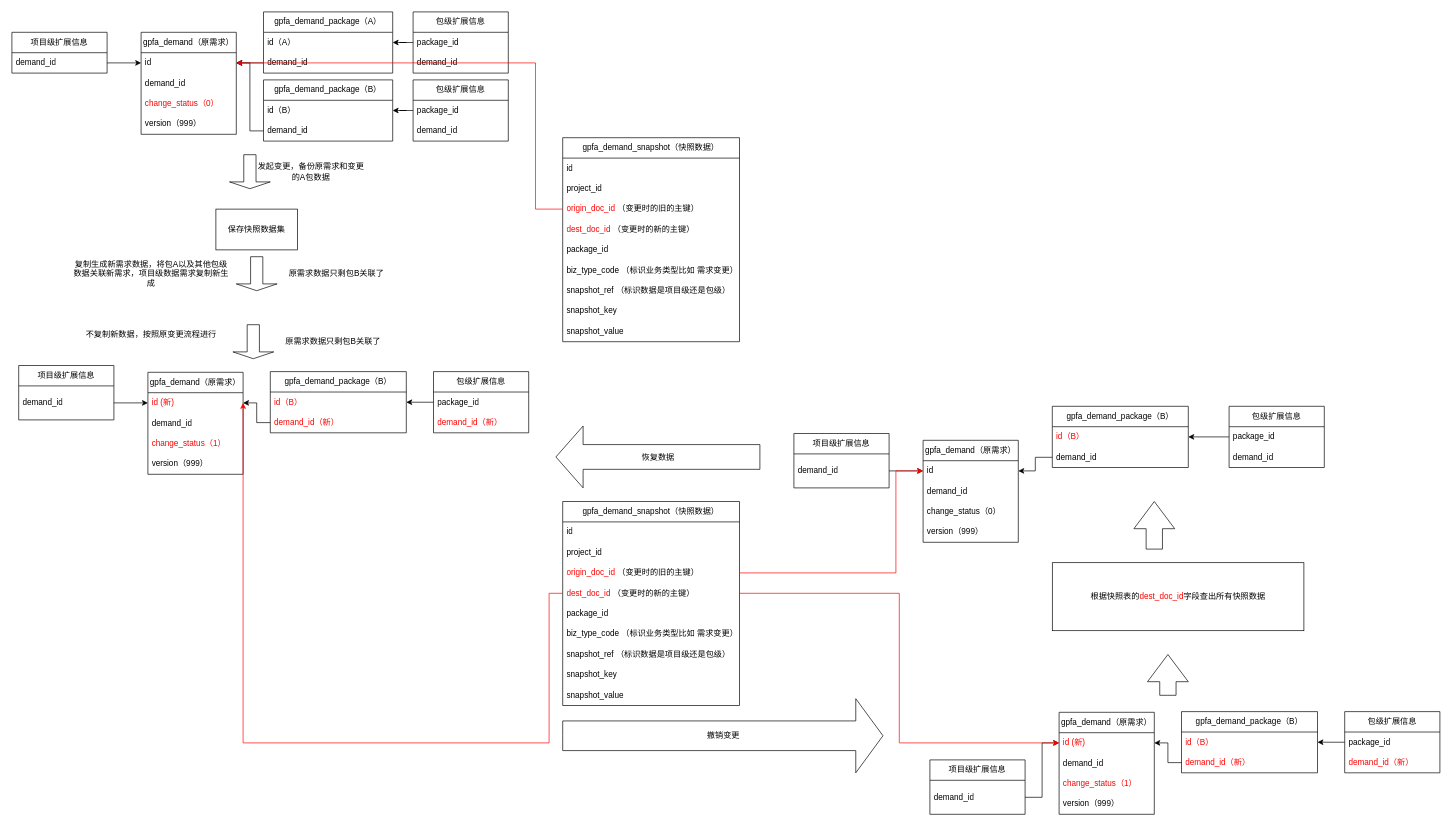
The draw.io diagram open_modify_not_package.drawio in dernight1/draw.io, before the edit. Source tidied: cells renumbered, new cells numbered last; positions are measured from the earlier drawing's top-left corner, leaving out a move shared by most shapes. Both pictures are drawn from the tidied source at 68%, with x=0, y=0 at pixel (12, 12).
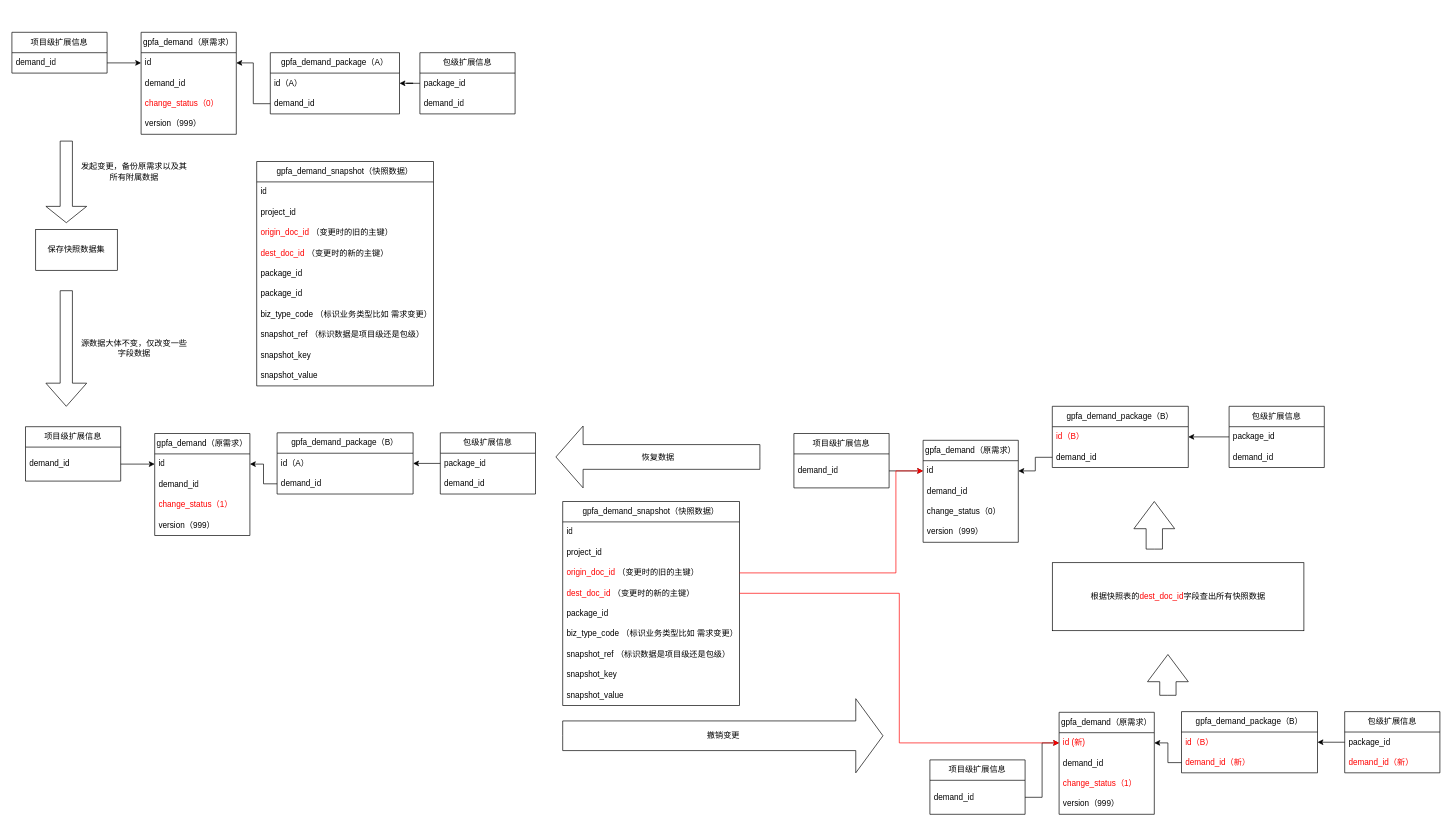
Above is the later version.

Unchanged cells that the change refers to:
```xml
<mxCell id="3" value="id" style="text;strokeColor=none;fillColor=none;align=left;verticalAlign=middle;spacingLeft=4;spacingRight=4;overflow=hidden;points=[[0,0.5],[1,0.5]];portConstraint=eastwest;whiteSpace=wrap;html=1;" parent="2" vertex="1">
  <mxGeometry y="30" width="140" height="30" as="geometry" />
</mxCell>
<mxCell id="53" value="&lt;font color=&quot;#ff0000&quot;&gt;origin_doc_id&lt;/font&gt; （变更时的旧的主键）" style="text;strokeColor=none;fillColor=none;align=left;verticalAlign=middle;spacingLeft=4;spacingRight=4;overflow=hidden;points=[[0,0.5],[1,0.5]];portConstraint=eastwest;whiteSpace=wrap;html=1;" parent="50" vertex="1">
  <mxGeometry y="90" width="260" height="30" as="geometry" />
</mxCell>
<mxCell id="66" value="&lt;font color=&quot;#ff0000&quot;&gt;dest_doc_id&lt;/font&gt; （变更时的新的主键）" style="text;strokeColor=none;fillColor=none;align=left;verticalAlign=middle;spacingLeft=4;spacingRight=4;overflow=hidden;points=[[0,0.5],[1,0.5]];portConstraint=eastwest;whiteSpace=wrap;html=1;" parent="62" vertex="1">
  <mxGeometry y="120" width="260" height="30" as="geometry" />
</mxCell>
```

What changed in the source:
```diff
@@
     <mxCell id="7" value="gpfa_demand_package（A）" style="swimlane;fontStyle=0;horizontal=1;startSize=30;whiteSpace=wrap;html=1;" parent="1" vertex="1">
-      <mxGeometry x="370" width="190" height="90" as="geometry" />
+      <mxGeometry x="380" y="60" width="190" height="90" as="geometry" />
     </mxCell>
@@
     <mxCell id="10" value="包级扩展信息" style="swimlane;fontStyle=0;horizontal=1;startSize=30;whiteSpace=wrap;html=1;" parent="1" vertex="1">
-      <mxGeometry x="590" width="140" height="90" as="geometry" />
+      <mxGeometry x="600" y="60" width="140" height="90" as="geometry" />
     </mxCell>
@@
-    <mxCell id="18" value="gpfa_demand_package（B）" style="swimlane;fontStyle=0;horizontal=1;startSize=30;whiteSpace=wrap;html=1;" parent="1" vertex="1">
-      <mxGeometry x="370" y="100" width="190" height="90" as="geometry" />
-    </mxCell>
-    <mxCell id="19" value="id（B）" style="text;strokeColor=none;fillColor=none;align=left;verticalAlign=middle;spacingLeft=4;spacingRight=4;overflow=hidden;points=[[0,0.5],[1,0.5]];portConstraint=eastwest;whiteSpace=wrap;html=1;" parent="18" vertex="1">
-      <mxGeometry y="30" width="190" height="30" as="geometry" />
-    </mxCell>
-    <mxCell id="20" value="&lt;div&gt;demand_id&lt;/div&gt;" style="text;strokeColor=none;fillColor=none;align=left;verticalAlign=middle;spacingLeft=4;spacingRight=4;overflow=hidden;points=[[0,0.5],[1,0.5]];portConstraint=eastwest;whiteSpace=wrap;html=1;" parent="18" vertex="1">
-      <mxGeometry y="60" width="190" height="30" as="geometry" />
-    </mxCell>
-    <mxCell id="21" value="包级扩展信息" style="swimlane;fontStyle=0;horizontal=1;startSize=30;whiteSpace=wrap;html=1;" parent="1" vertex="1">
-      <mxGeometry x="590" y="100" width="140" height="90" as="geometry" />
-    </mxCell>
-    <mxCell id="22" value="package_id" style="text;strokeColor=none;fillColor=none;align=left;verticalAlign=middle;spacingLeft=4;spacingRight=4;overflow=hidden;points=[[0,0.5],[1,0.5]];portConstraint=eastwest;whiteSpace=wrap;html=1;" parent="21" vertex="1">
-      <mxGeometry y="30" width="140" height="30" as="geometry" />
-    </mxCell>
-    <mxCell id="23" value="&lt;div&gt;demand_id&lt;/div&gt;" style="text;strokeColor=none;fillColor=none;align=left;verticalAlign=middle;spacingLeft=4;spacingRight=4;overflow=hidden;whiteSpace=wrap;html=1;" parent="21" vertex="1">
-      <mxGeometry y="60" width="140" height="30" as="geometry" />
-    </mxCell>
-    <mxCell id="24" style="edgeStyle=orthogonalEdgeStyle;rounded=0;jettySize=auto;html=1;" parent="1" edge="1" source="22" target="19">
-      <mxGeometry relative="1" as="geometry" />
-    </mxCell>
-    <mxCell id="25" style="edgeStyle=orthogonalEdgeStyle;rounded=0;jettySize=auto;html=1;entryX=1;entryY=0.5;entryDx=0;entryDy=0;" parent="1" edge="1" source="20" target="3">
-      <mxGeometry relative="1" as="geometry" />
-    </mxCell>
     <mxCell id="26" style="shape=singleArrow;direction=south;whiteSpace=wrap;html=1;" parent="1" vertex="1">
-      <mxGeometry x="320" y="210" width="60" height="50" as="geometry" />
+      <mxGeometry x="50" y="190" width="60" height="120" as="geometry" />
     </mxCell>
-    <mxCell id="27" style="shape=singleArrow;direction=south;whiteSpace=wrap;html=1;" parent="1" vertex="1">
-      <mxGeometry x="330" y="360" width="60" height="50" as="geometry" />
-    </mxCell>
-    <mxCell id="28" value="发起变更，备份原需求和变更的A包数据" style="text;html=1;align=center;verticalAlign=middle;whiteSpace=wrap;rounded=0;" parent="1" vertex="1">
-      <mxGeometry x="360" y="220" width="160" height="30" as="geometry" />
+    <mxCell id="28" value="发起变更，备份原需求以及其所有附属数据" style="text;html=1;align=center;verticalAlign=middle;whiteSpace=wrap;rounded=0;" parent="1" vertex="1">
+      <mxGeometry x="100" y="220" width="160" height="30" as="geometry" />
     </mxCell>
-    <mxCell id="29" value="复制生成新需求数据，将包A以及其他包级数据关联新需求，项目级数据需求复制新生成" style="text;html=1;align=center;verticalAlign=middle;whiteSpace=wrap;rounded=0;" parent="1" vertex="1">
-      <mxGeometry x="90" y="360" width="230" height="50" as="geometry" />
-    </mxCell>
-    <mxCell id="30" value="原需求数据只剩包B关联了" style="text;html=1;align=center;verticalAlign=middle;whiteSpace=wrap;rounded=0;" parent="1" vertex="1">
-      <mxGeometry x="400" y="360" width="155" height="50" as="geometry" />
-    </mxCell>
     <mxCell id="31" value="gpfa_demand（原需求）" style="swimlane;fontStyle=0;horizontal=1;startSize=30;whiteSpace=wrap;html=1;" parent="1" vertex="1">
-      <mxGeometry x="200" y="530" width="140" height="150" as="geometry" />
+      <mxGeometry x="210" y="620" width="140" height="150" as="geometry" />
     </mxCell>
-    <mxCell id="32" value="&lt;font color=&quot;#ff0000&quot;&gt;id (新)&lt;/font&gt;" style="text;strokeColor=none;fillColor=none;align=left;verticalAlign=middle;spacingLeft=4;spacingRight=4;overflow=hidden;points=[[0,0.5],[1,0.5]];portConstraint=eastwest;whiteSpace=wrap;html=1;" parent="31" vertex="1">
+    <mxCell id="32" value="id" style="text;strokeColor=none;fillColor=none;align=left;verticalAlign=middle;spacingLeft=4;spacingRight=4;overflow=hidden;points=[[0,0.5],[1,0.5]];portConstraint=eastwest;whiteSpace=wrap;html=1;" parent="31" vertex="1">
       <mxGeometry y="30" width="140" height="30" as="geometry" />
     </mxCell>
@@
     <mxCell id="36" value="gpfa_demand_package（B）" style="swimlane;fontStyle=0;horizontal=1;startSize=30;whiteSpace=wrap;html=1;" parent="1" vertex="1">
-      <mxGeometry x="380" y="529" width="200" height="90" as="geometry" />
+      <mxGeometry x="390" y="619" width="200" height="90" as="geometry" />
     </mxCell>
-    <mxCell id="37" value="&lt;font color=&quot;#ff0000&quot;&gt;id（B）&lt;/font&gt;" style="text;strokeColor=none;fillColor=none;align=left;verticalAlign=middle;spacingLeft=4;spacingRight=4;overflow=hidden;points=[[0,0.5],[1,0.5]];portConstraint=eastwest;whiteSpace=wrap;html=1;" parent="36" vertex="1">
+    <mxCell id="37" value="id（A）" style="text;strokeColor=none;fillColor=none;align=left;verticalAlign=middle;spacingLeft=4;spacingRight=4;overflow=hidden;points=[[0,0.5],[1,0.5]];portConstraint=eastwest;whiteSpace=wrap;html=1;" parent="36" vertex="1">
       <mxGeometry y="30" width="200" height="30" as="geometry" />
     </mxCell>
-    <mxCell id="38" value="&lt;div&gt;&lt;font color=&quot;#ff0000&quot;&gt;demand_id（新）&lt;/font&gt;&lt;/div&gt;" style="text;strokeColor=none;fillColor=none;align=left;verticalAlign=middle;spacingLeft=4;spacingRight=4;overflow=hidden;points=[[0,0.5],[1,0.5]];portConstraint=eastwest;whiteSpace=wrap;html=1;" parent="36" vertex="1">
+    <mxCell id="38" value="&lt;div&gt;demand_id&lt;/div&gt;" style="text;strokeColor=none;fillColor=none;align=left;verticalAlign=middle;spacingLeft=4;spacingRight=4;overflow=hidden;points=[[0,0.5],[1,0.5]];portConstraint=eastwest;whiteSpace=wrap;html=1;" parent="36" vertex="1">
       <mxGeometry y="60" width="200" height="30" as="geometry" />
     </mxCell>
     <mxCell id="39" value="包级扩展信息" style="swimlane;fontStyle=0;horizontal=1;startSize=30;whiteSpace=wrap;html=1;" parent="1" vertex="1">
-      <mxGeometry x="620" y="529" width="140" height="90" as="geometry" />
+      <mxGeometry x="630" y="619" width="140" height="90" as="geometry" />
     </mxCell>
@@
-    <mxCell id="41" value="&lt;div&gt;&lt;font color=&quot;#ff0000&quot;&gt;demand_id（新）&lt;/font&gt;&lt;/div&gt;" style="text;strokeColor=none;fillColor=none;align=left;verticalAlign=middle;spacingLeft=4;spacingRight=4;overflow=hidden;whiteSpace=wrap;html=1;" parent="39" vertex="1">
+    <mxCell id="41" value="&lt;div&gt;demand_id&lt;/div&gt;" style="text;strokeColor=none;fillColor=none;align=left;verticalAlign=middle;spacingLeft=4;spacingRight=4;overflow=hidden;whiteSpace=wrap;html=1;" parent="39" vertex="1">
       <mxGeometry y="60" width="140" height="30" as="geometry" />
     </mxCell>
     <mxCell id="42" value="项目级扩展信息" style="swimlane;fontStyle=0;horizontal=1;startSize=30;whiteSpace=wrap;html=1;" parent="1" vertex="1">
-      <mxGeometry x="10" y="520" width="140" height="80" as="geometry" />
+      <mxGeometry x="20" y="610" width="140" height="80" as="geometry" />
     </mxCell>
@@
     <mxCell id="47" style="shape=singleArrow;direction=south;whiteSpace=wrap;html=1;" parent="1" vertex="1">
-      <mxGeometry x="325" y="460" width="60" height="50" as="geometry" />
+      <mxGeometry x="50" y="410" width="60" height="170" as="geometry" />
     </mxCell>
-    <mxCell id="48" value="不复制新数据，按照原变更流程进行" style="text;html=1;align=center;verticalAlign=middle;whiteSpace=wrap;rounded=0;" parent="1" vertex="1">
-      <mxGeometry x="90" y="450" width="230" height="50" as="geometry" />
-    </mxCell>
-    <mxCell id="49" value="原需求数据只剩包B关联了" style="text;html=1;align=center;verticalAlign=middle;whiteSpace=wrap;rounded=0;" parent="1" vertex="1">
-      <mxGeometry x="395" y="460" width="155" height="50" as="geometry" />
-    </mxCell>
     <mxCell id="50" value="gpfa_demand_snapshot（快照数据）" style="swimlane;fontStyle=0;horizontal=1;startSize=30;whiteSpace=wrap;html=1;" parent="1" vertex="1">
-      <mxGeometry x="810" y="185" width="260" height="300" as="geometry" />
+      <mxGeometry x="360" y="220" width="260" height="330" as="geometry" />
     </mxCell>
@@
+    <mxCell id="22" value="package_id" style="text;strokeColor=none;fillColor=none;align=left;verticalAlign=middle;spacingLeft=4;spacingRight=4;overflow=hidden;points=[[0,0.5],[1,0.5]];portConstraint=eastwest;whiteSpace=wrap;html=1;" parent="50" vertex="1">
+      <mxGeometry y="180" width="260" height="30" as="geometry" />
+    </mxCell>
     <mxCell id="56" value="biz_type_code （标识业务类型比如 需求变更）" style="text;strokeColor=none;fillColor=none;align=left;verticalAlign=middle;spacingLeft=4;spacingRight=4;overflow=hidden;whiteSpace=wrap;html=1;" parent="50" vertex="1">
-      <mxGeometry y="180" width="260" height="30" as="geometry" />
+      <mxGeometry y="210" width="260" height="30" as="geometry" />
     </mxCell>
     <mxCell id="57" value="snapshot_ref （标识数据是项目级还是包级）" style="text;strokeColor=none;fillColor=none;align=left;verticalAlign=middle;spacingLeft=4;spacingRight=4;overflow=hidden;whiteSpace=wrap;html=1;" parent="50" vertex="1">
-      <mxGeometry y="210" width="260" height="30" as="geometry" />
+      <mxGeometry y="240" width="260" height="30" as="geometry" />
     </mxCell>
     <mxCell id="58" value="snapshot_key" style="text;strokeColor=none;fillColor=none;align=left;verticalAlign=middle;spacingLeft=4;spacingRight=4;overflow=hidden;whiteSpace=wrap;html=1;" parent="50" vertex="1">
-      <mxGeometry y="240" width="260" height="30" as="geometry" />
+      <mxGeometry y="270" width="260" height="30" as="geometry" />
     </mxCell>
     <mxCell id="59" value="snapshot_value" style="text;strokeColor=none;fillColor=none;align=left;verticalAlign=middle;spacingLeft=4;spacingRight=4;overflow=hidden;whiteSpace=wrap;html=1;" parent="50" vertex="1">
-      <mxGeometry y="270" width="260" height="30" as="geometry" />
+      <mxGeometry y="300" width="260" height="30" as="geometry" />
     </mxCell>
     <mxCell id="60" value="保存快照数据集" style="rounded=0;whiteSpace=wrap;html=1;" parent="1" vertex="1">
-      <mxGeometry x="300" y="290" width="120" height="60" as="geometry" />
+      <mxGeometry x="35" y="320" width="120" height="60" as="geometry" />
     </mxCell>
-    <mxCell id="61" style="edgeStyle=orthogonalEdgeStyle;rounded=0;jettySize=auto;html=1;exitX=0;exitY=0.5;exitDx=0;exitDy=0;entryX=1;entryY=0.5;entryDx=0;entryDy=0;strokeColor=#ff0000;" parent="1" edge="1" source="53" target="3">
-      <mxGeometry relative="1" as="geometry">
-        <Array as="points">
-          <mxPoint x="770" y="290" />
-          <mxPoint x="770" y="75" />
-        </Array>
-      </mxGeometry>
-    </mxCell>
@@
-    <mxCell id="72" style="edgeStyle=orthogonalEdgeStyle;rounded=0;jettySize=auto;html=1;exitX=0;exitY=0.5;exitDx=0;exitDy=0;entryX=1;entryY=0.5;entryDx=0;entryDy=0;strokeColor=#ff0000;" parent="1" edge="1" source="66" target="32">
-      <mxGeometry relative="1" as="geometry">
-        <Array as="points">
-          <mxPoint x="790" y="855" />
-          <mxPoint x="790" y="1075" />
-        </Array>
-      </mxGeometry>
-    </mxCell>
@@
+    <mxCell id="112" value="源数据大体不变，仅改变一些字段数据" style="text;html=1;align=center;verticalAlign=middle;whiteSpace=wrap;rounded=0;" parent="1" vertex="1">
+      <mxGeometry x="100" y="480" width="160" height="30" as="geometry" />
+    </mxCell>
```
